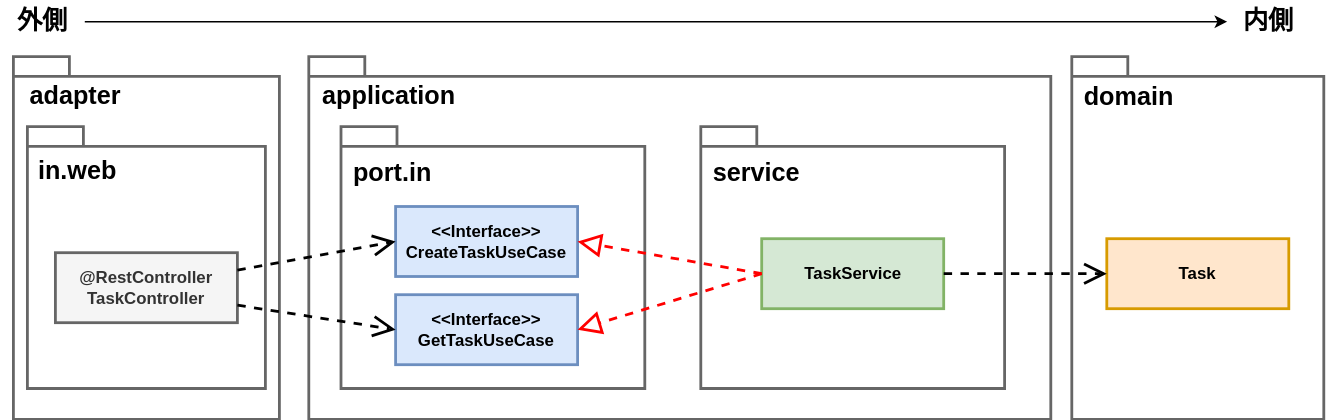
The draw.io diagram src/img/blogs/2025/1208_hexagonal_four_questions/01_port-in.drawio.svg in mamezou-tech/mamezou-tech-site, before a commit. Source tidied: cells renumbered, new cells last; positions are measured from the earlier drawing's top-left corner, leaving out a move shared by most shapes. Its diagram source:
```xml
<mxGraphModel>
  <root>
    <mxCell id="0" />
    <mxCell id="1" parent="0" />
    <mxCell id="2" style="shape=folder;fontStyle=1;spacingTop=10;tabWidth=40;tabHeight=14;tabPosition=left;html=1;whiteSpace=wrap;labelPosition=left;verticalLabelPosition=top;align=right;verticalAlign=bottom;strokeWidth=2;strokeColor=#666666;" parent="1" vertex="1">
      <mxGeometry x="9" y="40" width="190" height="259" as="geometry" />
    </mxCell>
    <mxCell id="3" style="shape=folder;fontStyle=1;spacingTop=10;tabWidth=40;tabHeight=14;tabPosition=left;html=1;whiteSpace=wrap;labelPosition=left;verticalLabelPosition=top;align=right;verticalAlign=bottom;strokeWidth=2;strokeColor=#666666;" parent="1" vertex="1">
      <mxGeometry x="220" y="40" width="530" height="259" as="geometry" />
    </mxCell>
    <mxCell id="4" style="shape=folder;fontStyle=1;spacingTop=10;tabWidth=40;tabHeight=14;tabPosition=left;html=1;whiteSpace=wrap;labelPosition=left;verticalLabelPosition=top;align=right;verticalAlign=bottom;strokeWidth=2;strokeColor=#666666;" parent="1" vertex="1">
      <mxGeometry x="243" y="90" width="217" height="187" as="geometry" />
    </mxCell>
    <mxCell id="5" value="&lt;div&gt;&amp;lt;&amp;lt;Interface&amp;gt;&amp;gt;&lt;/div&gt;CreateTaskUseCase" style="html=1;whiteSpace=wrap;fillColor=#dae8fc;strokeColor=#6c8ebf;strokeWidth=2;fontStyle=1;" parent="1" vertex="1">
      <mxGeometry x="282" y="147" width="130" height="50" as="geometry" />
    </mxCell>
    <mxCell id="6" value="&lt;div&gt;&amp;lt;&amp;lt;Interface&amp;gt;&amp;gt;&lt;/div&gt;GetTaskUseCase" style="html=1;whiteSpace=wrap;fillColor=#dae8fc;strokeColor=#6c8ebf;strokeWidth=2;fontStyle=1;" parent="1" vertex="1">
      <mxGeometry x="282" y="210" width="130" height="50" as="geometry" />
    </mxCell>
    <mxCell id="7" value="port.in" style="text;html=1;align=center;verticalAlign=middle;whiteSpace=wrap;rounded=0;fontSize=18;fontStyle=1;" parent="1" vertex="1">
      <mxGeometry x="250" y="108" width="60" height="30" as="geometry" />
    </mxCell>
    <mxCell id="8" style="shape=folder;fontStyle=1;spacingTop=10;tabWidth=40;tabHeight=14;tabPosition=left;html=1;whiteSpace=wrap;labelPosition=left;verticalLabelPosition=top;align=right;verticalAlign=bottom;strokeWidth=2;strokeColor=#666666;" parent="1" vertex="1">
      <mxGeometry x="19" y="90" width="170" height="187" as="geometry" />
    </mxCell>
    <mxCell id="9" value="in.web" style="text;html=1;align=left;verticalAlign=middle;whiteSpace=wrap;rounded=0;fontSize=18;fontStyle=1;" parent="1" vertex="1">
      <mxGeometry x="25" y="107" width="60" height="30" as="geometry" />
    </mxCell>
    <mxCell id="10" value="&lt;div&gt;@RestController&lt;/div&gt;TaskController&lt;div&gt;&lt;/div&gt;" style="html=1;whiteSpace=wrap;fillColor=#f5f5f5;strokeColor=#666666;strokeWidth=2;fontStyle=1;fontColor=#333333;" parent="1" vertex="1">
      <mxGeometry x="39" y="180" width="130" height="50" as="geometry" />
    </mxCell>
    <mxCell id="11" style="endArrow=open;endSize=12;dashed=1;html=1;exitX=1;exitY=0.25;exitDx=0;exitDy=0;entryX=0;entryY=0.5;entryDx=0;entryDy=0;strokeWidth=2;" parent="1" edge="1" source="10" target="5">
      <mxGeometry relative="1" as="geometry" />
    </mxCell>
    <mxCell id="12" style="endArrow=open;endSize=12;dashed=1;html=1;exitX=1;exitY=0.75;exitDx=0;exitDy=0;strokeWidth=2;entryX=0;entryY=0.5;entryDx=0;entryDy=0;" parent="1" edge="1" source="10" target="6">
      <mxGeometry relative="1" as="geometry" />
    </mxCell>
    <mxCell id="13" style="shape=folder;fontStyle=1;spacingTop=10;tabWidth=40;tabHeight=14;tabPosition=left;html=1;whiteSpace=wrap;labelPosition=left;verticalLabelPosition=top;align=right;verticalAlign=bottom;strokeWidth=2;strokeColor=#666666;" parent="1" vertex="1">
      <mxGeometry x="500" y="90" width="217" height="187" as="geometry" />
    </mxCell>
    <mxCell id="14" value="TaskService&lt;div&gt;&lt;/div&gt;" style="html=1;whiteSpace=wrap;fillColor=#d5e8d4;strokeColor=#82b366;strokeWidth=2;fontStyle=1;" parent="1" vertex="1">
      <mxGeometry x="543.5" y="170" width="130" height="50" as="geometry" />
    </mxCell>
    <mxCell id="15" style="endArrow=block;dashed=1;endFill=0;endSize=12;html=1;entryX=1;entryY=0.5;entryDx=0;entryDy=0;exitX=0;exitY=0.5;exitDx=0;exitDy=0;strokeColor=#FF0000;strokeWidth=2;" parent="1" edge="1" source="14" target="5">
      <mxGeometry relative="1" as="geometry" />
    </mxCell>
    <mxCell id="16" style="endArrow=block;dashed=1;endFill=0;endSize=12;html=1;entryX=1;entryY=0.5;entryDx=0;entryDy=0;exitX=0;exitY=0.5;exitDx=0;exitDy=0;strokeColor=#FF0000;strokeWidth=2;" parent="1" edge="1" source="14" target="6">
      <mxGeometry relative="1" as="geometry" />
    </mxCell>
    <mxCell id="17" value="service" style="text;html=1;align=center;verticalAlign=middle;whiteSpace=wrap;rounded=0;fontSize=18;fontStyle=1;" parent="1" vertex="1">
      <mxGeometry x="510" y="108" width="60" height="30" as="geometry" />
    </mxCell>
    <mxCell id="18" value="application" style="text;html=1;align=left;verticalAlign=middle;whiteSpace=wrap;rounded=0;fontSize=18;fontStyle=1;" parent="1" vertex="1">
      <mxGeometry x="228" y="53" width="60" height="30" as="geometry" />
    </mxCell>
    <mxCell id="19" style="shape=folder;fontStyle=1;spacingTop=10;tabWidth=40;tabHeight=14;tabPosition=left;html=1;whiteSpace=wrap;labelPosition=left;verticalLabelPosition=top;align=right;verticalAlign=bottom;strokeWidth=2;strokeColor=#666666;" parent="1" vertex="1">
      <mxGeometry x="765" y="40" width="180" height="259" as="geometry" />
    </mxCell>
    <mxCell id="20" value="domain" style="text;html=1;align=left;verticalAlign=middle;whiteSpace=wrap;rounded=0;fontSize=18;fontStyle=1;" parent="1" vertex="1">
      <mxGeometry x="772" y="54" width="60" height="30" as="geometry" />
    </mxCell>
    <mxCell id="21" value="Task" style="html=1;whiteSpace=wrap;fillColor=#ffe6cc;strokeColor=#d79b00;strokeWidth=2;fontStyle=1;" parent="1" vertex="1">
      <mxGeometry x="790" y="170" width="130" height="50" as="geometry" />
    </mxCell>
    <mxCell id="22" style="endArrow=open;endSize=12;dashed=1;html=1;exitX=1;exitY=0.5;exitDx=0;exitDy=0;strokeWidth=2;" parent="1" edge="1" source="14" target="21">
      <mxGeometry relative="1" as="geometry" />
    </mxCell>
    <mxCell id="23" value="adapter" style="text;html=1;align=left;verticalAlign=middle;whiteSpace=wrap;rounded=0;fontSize=18;fontStyle=1;" parent="1" vertex="1">
      <mxGeometry x="19" y="53" width="60" height="30" as="geometry" />
    </mxCell>
    <mxCell id="24" value="外側" style="text;html=1;align=center;verticalAlign=middle;whiteSpace=wrap;rounded=0;fontStyle=1;fontSize=18;" parent="1" vertex="1">
      <mxGeometry width="60" height="30" as="geometry" />
    </mxCell>
    <mxCell id="25" value="内側" style="text;html=1;align=center;verticalAlign=middle;whiteSpace=wrap;rounded=0;fontStyle=1;fontSize=18;" parent="1" vertex="1">
      <mxGeometry x="876" width="60" height="30" as="geometry" />
    </mxCell>
    <mxCell id="26" style="endArrow=classic;html=1;exitX=1;exitY=0.5;exitDx=0;exitDy=0;entryX=0;entryY=0.5;entryDx=0;entryDy=0;" parent="1" edge="1" source="24" target="25">
      <mxGeometry relative="1" as="geometry" />
    </mxCell>
  </root>
</mxGraphModel>
```
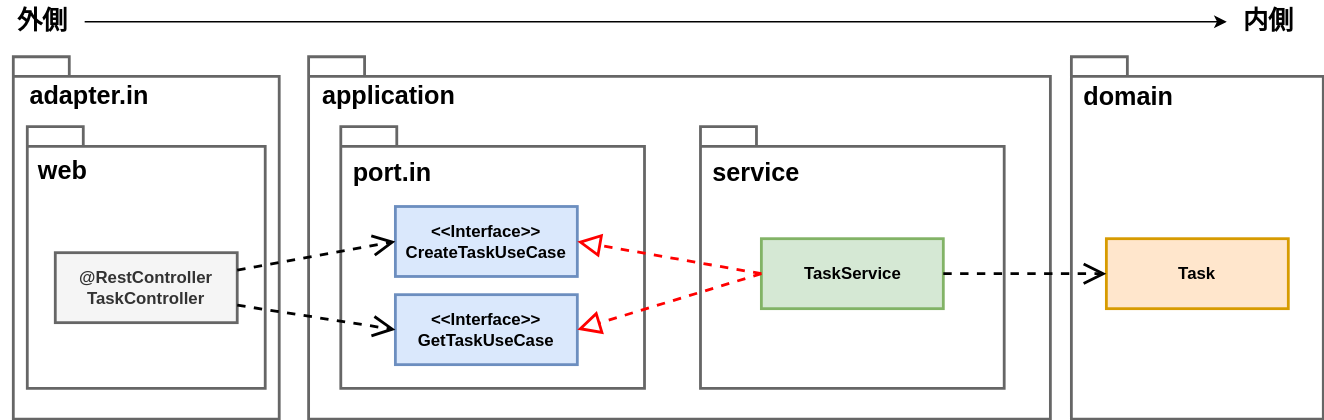
Later version of the same file.

Diff of the diagram source:
```diff
@@ -23,7 +23,7 @@
     <mxCell id="8" style="shape=folder;fontStyle=1;spacingTop=10;tabWidth=40;tabHeight=14;tabPosition=left;html=1;whiteSpace=wrap;labelPosition=left;verticalLabelPosition=top;align=right;verticalAlign=bottom;strokeWidth=2;strokeColor=#666666;" parent="1" vertex="1">
       <mxGeometry x="19" y="90" width="170" height="187" as="geometry" />
     </mxCell>
-    <mxCell id="9" value="in.web" style="text;html=1;align=left;verticalAlign=middle;whiteSpace=wrap;rounded=0;fontSize=18;fontStyle=1;" parent="1" vertex="1">
+    <mxCell id="9" value="web" style="text;html=1;align=left;verticalAlign=middle;whiteSpace=wrap;rounded=0;fontSize=18;fontStyle=1;" parent="1" vertex="1">
       <mxGeometry x="25" y="107" width="60" height="30" as="geometry" />
     </mxCell>
     <mxCell id="10" value="&lt;div&gt;@RestController&lt;/div&gt;TaskController&lt;div&gt;&lt;/div&gt;" style="html=1;whiteSpace=wrap;fillColor=#f5f5f5;strokeColor=#666666;strokeWidth=2;fontStyle=1;fontColor=#333333;" parent="1" vertex="1">
@@ -65,7 +65,7 @@
     <mxCell id="22" style="endArrow=open;endSize=12;dashed=1;html=1;exitX=1;exitY=0.5;exitDx=0;exitDy=0;strokeWidth=2;" parent="1" edge="1" source="14" target="21">
       <mxGeometry relative="1" as="geometry" />
     </mxCell>
-    <mxCell id="23" value="adapter" style="text;html=1;align=left;verticalAlign=middle;whiteSpace=wrap;rounded=0;fontSize=18;fontStyle=1;" parent="1" vertex="1">
+    <mxCell id="23" value="adapter.in" style="text;html=1;align=left;verticalAlign=middle;whiteSpace=wrap;rounded=0;fontSize=18;fontStyle=1;" parent="1" vertex="1">
       <mxGeometry x="19" y="53" width="60" height="30" as="geometry" />
     </mxCell>
     <mxCell id="24" value="外側" style="text;html=1;align=center;verticalAlign=middle;whiteSpace=wrap;rounded=0;fontStyle=1;fontSize=18;" parent="1" vertex="1">
```
